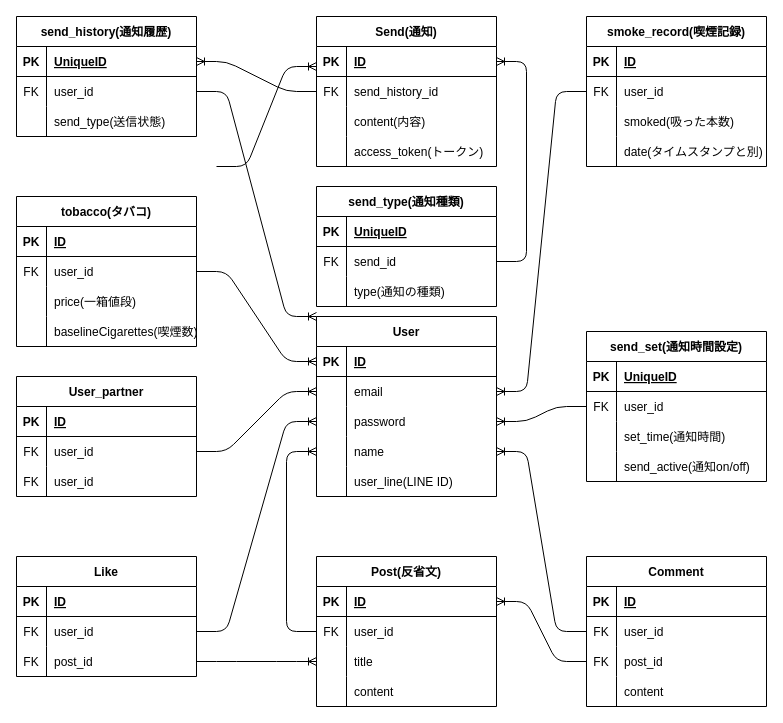
Earlier version of the draw.io diagram ER図.dio (KotaroSakai/web_app). Source tidied: cells renumbered, new cells numbered last; positions are measured from the earlier drawing's top-left corner, leaving out a move shared by most shapes. Both pictures are drawn from the tidied source at 100%, with x=0, y=0 at pixel (16, 16).
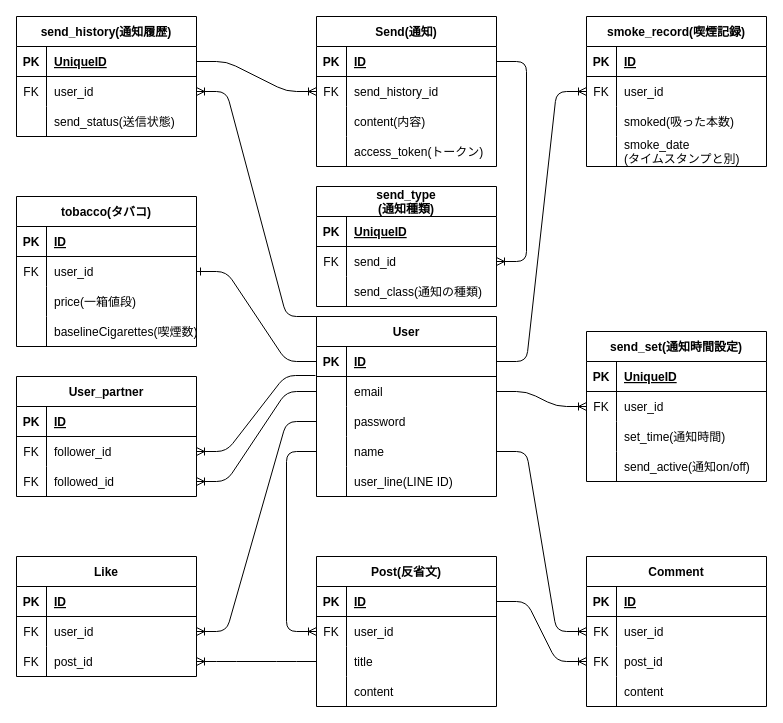
The same page after the edit.

Unchanged cells that the change refers to:
```xml
<mxCell id="2" value="User" style="shape=table;startSize=30;childLayout=tableLayout;rowLines=0;fontStyle=1;align=center;" parent="1" vertex="1">
  <mxGeometry x="300" y="300" width="180" height="180" as="geometry" />
</mxCell>
<mxCell id="3" style="shape=tableRow;horizontal=0;startSize=0;swimlaneHead=0;swimlaneBody=0;fillColor=none;points=[[0,0.5],[1,0.5]];portConstraint=eastwest;top=0;left=0;right=0;bottom=1;" parent="2" vertex="1">
  <mxGeometry y="30" width="180" height="30" as="geometry" />
</mxCell>
<mxCell id="6" style="shape=tableRow;horizontal=0;startSize=0;swimlaneHead=0;swimlaneBody=0;fillColor=none;points=[[0,0.5],[1,0.5]];portConstraint=eastwest;top=0;left=0;right=0;bottom=0;" parent="2" vertex="1">
  <mxGeometry y="60" width="180" height="30" as="geometry" />
</mxCell>
<mxCell id="9" style="shape=tableRow;horizontal=0;startSize=0;swimlaneHead=0;swimlaneBody=0;fillColor=none;points=[[0,0.5],[1,0.5]];portConstraint=eastwest;top=0;left=0;right=0;bottom=0;" parent="2" vertex="1">
  <mxGeometry y="90" width="180" height="30" as="geometry" />
</mxCell>
<mxCell id="12" style="shape=tableRow;horizontal=0;startSize=0;swimlaneHead=0;swimlaneBody=0;fillColor=none;points=[[0,0.5],[1,0.5]];portConstraint=eastwest;top=0;left=0;right=0;bottom=0;" parent="2" vertex="1">
  <mxGeometry y="120" width="180" height="30" as="geometry" />
</mxCell>
<mxCell id="22" style="shape=tableRow;horizontal=0;startSize=0;swimlaneHead=0;swimlaneBody=0;fillColor=none;points=[[0,0.5],[1,0.5]];portConstraint=eastwest;top=0;left=0;right=0;bottom=0;" parent="18" vertex="1">
  <mxGeometry y="60" width="180" height="30" as="geometry" />
</mxCell>
<mxCell id="35" style="shape=tableRow;horizontal=0;startSize=0;swimlaneHead=0;swimlaneBody=0;fillColor=none;points=[[0,0.5],[1,0.5]];portConstraint=eastwest;top=0;left=0;right=0;bottom=0;" parent="31" vertex="1">
  <mxGeometry y="60" width="180" height="30" as="geometry" />
</mxCell>
<mxCell id="41" style="shape=tableRow;horizontal=0;startSize=0;swimlaneHead=0;swimlaneBody=0;fillColor=none;top=0;left=0;right=0;bottom=0;" parent="31" vertex="1">
  <mxGeometry y="120" width="180" height="30" as="geometry" />
</mxCell>
<mxCell id="45" style="shape=tableRow;horizontal=0;startSize=0;swimlaneHead=0;swimlaneBody=0;fillColor=none;points=[[0,0.5],[1,0.5]];portConstraint=eastwest;top=0;left=0;right=0;bottom=1;" parent="44" vertex="1">
  <mxGeometry y="30" width="180" height="30" as="geometry" />
</mxCell>
<mxCell id="48" style="shape=tableRow;horizontal=0;startSize=0;swimlaneHead=0;swimlaneBody=0;fillColor=none;points=[[0,0.5],[1,0.5]];portConstraint=eastwest;top=0;left=0;right=0;bottom=0;" parent="44" vertex="1">
  <mxGeometry y="60" width="180" height="30" as="geometry" />
</mxCell>
<mxCell id="51" style="shape=tableRow;horizontal=0;startSize=0;swimlaneHead=0;swimlaneBody=0;fillColor=none;points=[[0,0.5],[1,0.5]];portConstraint=eastwest;top=0;left=0;right=0;bottom=0;" parent="44" vertex="1">
  <mxGeometry y="90" width="180" height="30" as="geometry" />
</mxCell>
<mxCell id="61" style="shape=tableRow;horizontal=0;startSize=0;swimlaneHead=0;swimlaneBody=0;fillColor=none;points=[[0,0.5],[1,0.5]];portConstraint=eastwest;top=0;left=0;right=0;bottom=0;" parent="57" vertex="1">
  <mxGeometry y="60" width="180" height="30" as="geometry" />
</mxCell>
<mxCell id="64" style="shape=tableRow;horizontal=0;startSize=0;swimlaneHead=0;swimlaneBody=0;fillColor=none;points=[[0,0.5],[1,0.5]];portConstraint=eastwest;top=0;left=0;right=0;bottom=0;" parent="57" vertex="1">
  <mxGeometry y="90" width="180" height="30" as="geometry" />
</mxCell>
<mxCell id="71" style="shape=tableRow;horizontal=0;startSize=0;swimlaneHead=0;swimlaneBody=0;fillColor=none;points=[[0,0.5],[1,0.5]];portConstraint=eastwest;top=0;left=0;right=0;bottom=0;" parent="67" vertex="1">
  <mxGeometry y="60" width="180" height="30" as="geometry" />
</mxCell>
<mxCell id="74" style="shape=tableRow;horizontal=0;startSize=0;swimlaneHead=0;swimlaneBody=0;fillColor=none;points=[[0,0.5],[1,0.5]];portConstraint=eastwest;top=0;left=0;right=0;bottom=0;" parent="67" vertex="1">
  <mxGeometry y="90" width="180" height="30" as="geometry" />
</mxCell>
<mxCell id="81" style="shape=tableRow;horizontal=0;startSize=0;swimlaneHead=0;swimlaneBody=0;fillColor=none;points=[[0,0.5],[1,0.5]];portConstraint=eastwest;top=0;left=0;right=0;bottom=1;" parent="80" vertex="1">
  <mxGeometry y="30" width="180" height="30" as="geometry" />
</mxCell>
<mxCell id="84" style="shape=tableRow;horizontal=0;startSize=0;swimlaneHead=0;swimlaneBody=0;fillColor=none;points=[[0,0.5],[1,0.5]];portConstraint=eastwest;top=0;left=0;right=0;bottom=0;" parent="80" vertex="1">
  <mxGeometry y="60" width="180" height="30" as="geometry" />
</mxCell>
<mxCell id="104" style="shape=tableRow;horizontal=0;startSize=0;swimlaneHead=0;swimlaneBody=0;fillColor=none;points=[[0,0.5],[1,0.5]];portConstraint=eastwest;top=0;left=0;right=0;bottom=0;" parent="100" vertex="1">
  <mxGeometry y="60" width="180" height="30" as="geometry" />
</mxCell>
<mxCell id="107" style="shape=tableRow;horizontal=0;startSize=0;swimlaneHead=0;swimlaneBody=0;fillColor=none;points=[[0,0.5],[1,0.5]];portConstraint=eastwest;top=0;left=0;right=0;bottom=0;" parent="100" vertex="1">
  <mxGeometry y="90" width="180" height="30" as="geometry" />
</mxCell>
<mxCell id="115" style="shape=tableRow;horizontal=0;startSize=0;swimlaneHead=0;swimlaneBody=0;fillColor=none;points=[[0,0.5],[1,0.5]];portConstraint=eastwest;top=0;left=0;right=0;bottom=0;" parent="111" vertex="1">
  <mxGeometry y="60" width="180" height="30" as="geometry" />
</mxCell>
<mxCell id="126" style="shape=tableRow;horizontal=0;startSize=0;swimlaneHead=0;swimlaneBody=0;fillColor=none;points=[[0,0.5],[1,0.5]];portConstraint=eastwest;top=0;left=0;right=0;bottom=1;" parent="125" vertex="1">
  <mxGeometry y="30" width="180" height="30" as="geometry" />
</mxCell>
<mxCell id="129" style="shape=tableRow;horizontal=0;startSize=0;swimlaneHead=0;swimlaneBody=0;fillColor=none;points=[[0,0.5],[1,0.5]];portConstraint=eastwest;top=0;left=0;right=0;bottom=0;" parent="125" vertex="1">
  <mxGeometry y="60" width="180" height="30" as="geometry" />
</mxCell>
<mxCell id="132" style="shape=tableRow;horizontal=0;startSize=0;swimlaneHead=0;swimlaneBody=0;fillColor=none;top=0;left=0;right=0;bottom=0;" parent="125" vertex="1">
  <mxGeometry y="90" width="180" height="30" as="geometry" />
</mxCell>
<mxCell id="142" style="shape=tableRow;horizontal=0;startSize=0;swimlaneHead=0;swimlaneBody=0;fillColor=none;points=[[0,0.5],[1,0.5]];portConstraint=eastwest;top=0;left=0;right=0;bottom=0;" parent="138" vertex="1">
  <mxGeometry y="60" width="180" height="30" as="geometry" />
</mxCell>
<mxCell id="145" style="shape=tableRow;horizontal=0;startSize=0;swimlaneHead=0;swimlaneBody=0;fillColor=none;top=0;left=0;right=0;bottom=0;" parent="138" vertex="1">
  <mxGeometry y="90" width="180" height="30" as="geometry" />
</mxCell>
```

The edit, as a diff of the source:
```diff
@@
-    <mxCell id="43" value="date(タイムスタンプと別)" style="shape=partialRectangle;fillColor=none;top=0;left=0;bottom=0;right=0;align=left;spacingLeft=6;overflow=hidden;" parent="41" vertex="1">
+    <mxCell id="43" value="smoke_date&#10;(タイムスタンプと別)" style="shape=partialRectangle;fillColor=none;top=0;left=0;bottom=0;right=0;align=left;spacingLeft=6;overflow=hidden;" parent="41" vertex="1">
       <mxGeometry x="30" width="150" height="30" as="geometry" />
     </mxCell>
@@
-    <mxCell id="93" style="edgeStyle=entityRelationEdgeStyle;fontSize=12;html=1;endArrow=ERoneToMany;exitX=1;exitY=0.5;exitDx=0;exitDy=0;entryX=0;entryY=0.5;entryDx=0;entryDy=0;" parent="1" edge="1" source="22" target="3">
-      <mxGeometry relative="1" as="geometry" />
-    </mxCell>
-    <mxCell id="94" style="edgeStyle=entityRelationEdgeStyle;fontSize=12;html=1;endArrow=ERoneToMany;entryX=1;entryY=0.5;entryDx=0;entryDy=0;exitX=0;exitY=0.5;exitDx=0;exitDy=0;" parent="1" edge="1" source="35" target="6">
+    <mxCell id="94" style="edgeStyle=entityRelationEdgeStyle;fontSize=12;html=1;endArrow=ERoneToMany;exitX=1;exitY=0.5;exitDx=0;exitDy=0;entryX=0;entryY=0.5;entryDx=0;entryDy=0;" parent="1" edge="1" source="3" target="35">
       <mxGeometry relative="1" as="geometry" />
     </mxCell>
-    <mxCell id="95" style="edgeStyle=entityRelationEdgeStyle;fontSize=12;html=1;endArrow=ERoneToMany;entryX=1;entryY=0.5;entryDx=0;entryDy=0;exitX=0;exitY=0.5;exitDx=0;exitDy=0;" parent="1" edge="1" source="71" target="12">
+    <mxCell id="95" style="edgeStyle=entityRelationEdgeStyle;fontSize=12;html=1;endArrow=ERoneToMany;entryX=0;entryY=0.5;entryDx=0;entryDy=0;exitX=1;exitY=0.5;exitDx=0;exitDy=0;" parent="1" edge="1" source="12" target="71">
       <mxGeometry relative="1" as="geometry" />
     </mxCell>
-    <mxCell id="96" style="edgeStyle=entityRelationEdgeStyle;fontSize=12;html=1;endArrow=ERoneToMany;entryX=0;entryY=0.5;entryDx=0;entryDy=0;exitX=1;exitY=0.5;exitDx=0;exitDy=0;" parent="1" edge="1" source="61" target="9">
+    <mxCell id="96" style="edgeStyle=entityRelationEdgeStyle;fontSize=12;html=1;endArrow=ERoneToMany;exitX=0;exitY=0.5;exitDx=0;exitDy=0;entryX=1;entryY=0.5;entryDx=0;entryDy=0;" parent="1" edge="1" source="9" target="61">
       <mxGeometry relative="1" as="geometry" />
     </mxCell>
-    <mxCell id="97" style="edgeStyle=orthogonalEdgeStyle;fontSize=12;html=1;endArrow=ERoneToMany;entryX=0;entryY=0.5;entryDx=0;entryDy=0;" parent="1" edge="1" target="12">
-      <mxGeometry relative="1" as="geometry">
-        <mxPoint x="300" y="615" as="sourcePoint" />
-        <Array as="points">
-          <mxPoint x="270" y="615" />
-          <mxPoint x="270" y="435" />
-        </Array>
-      </mxGeometry>
-    </mxCell>
-    <mxCell id="98" style="edgeStyle=entityRelationEdgeStyle;fontSize=12;html=1;endArrow=ERoneToMany;entryX=1;entryY=0.5;entryDx=0;entryDy=0;exitX=0;exitY=0.5;exitDx=0;exitDy=0;" parent="1" edge="1" source="74" target="45">
+    <mxCell id="98" style="edgeStyle=entityRelationEdgeStyle;fontSize=12;html=1;endArrow=ERoneToMany;exitX=1;exitY=0.5;exitDx=0;exitDy=0;entryX=0;entryY=0.5;entryDx=0;entryDy=0;" parent="1" edge="1" source="45" target="74">
       <mxGeometry relative="1" as="geometry" />
     </mxCell>
-    <mxCell id="99" style="edgeStyle=entityRelationEdgeStyle;fontSize=12;html=1;endArrow=ERoneToMany;entryX=0;entryY=0.5;entryDx=0;entryDy=0;exitX=1;exitY=0.5;exitDx=0;exitDy=0;" parent="1" edge="1" source="64" target="51">
+    <mxCell id="99" style="edgeStyle=entityRelationEdgeStyle;fontSize=12;html=1;endArrow=ERoneToMany;exitX=0;exitY=0.5;exitDx=0;exitDy=0;entryX=1;entryY=0.5;entryDx=0;entryDy=0;" parent="1" edge="1" source="51" target="64">
       <mxGeometry relative="1" as="geometry" />
     </mxCell>
@@
-    <mxCell id="106" value="user_id" style="shape=partialRectangle;fillColor=none;top=0;left=0;bottom=0;right=0;align=left;spacingLeft=6;overflow=hidden;" parent="104" vertex="1">
+    <mxCell id="106" value="follower_id" style="shape=partialRectangle;fillColor=none;top=0;left=0;bottom=0;right=0;align=left;spacingLeft=6;overflow=hidden;" parent="104" vertex="1">
       <mxGeometry x="30" width="150" height="30" as="geometry" />
     </mxCell>
@@
-    <mxCell id="109" value="user_id" style="shape=partialRectangle;fillColor=none;top=0;left=0;bottom=0;right=0;align=left;spacingLeft=6;overflow=hidden;" parent="107" vertex="1">
+    <mxCell id="109" value="followed_id" style="shape=partialRectangle;fillColor=none;top=0;left=0;bottom=0;right=0;align=left;spacingLeft=6;overflow=hidden;" parent="107" vertex="1">
       <mxGeometry x="30" width="150" height="30" as="geometry" />
     </mxCell>
-    <mxCell id="110" style="edgeStyle=entityRelationEdgeStyle;fontSize=12;html=1;endArrow=ERoneToMany;exitX=1;exitY=0.5;exitDx=0;exitDy=0;entryX=0;entryY=0.5;entryDx=0;entryDy=0;" parent="1" edge="1" source="104" target="6">
+    <mxCell id="110" style="edgeStyle=entityRelationEdgeStyle;fontSize=12;html=1;endArrow=ERoneToMany;exitX=-0.006;exitY=0.967;exitDx=0;exitDy=0;entryX=1;entryY=0.5;entryDx=0;entryDy=0;exitPerimeter=0;" parent="1" edge="1" source="3" target="104">
       <mxGeometry relative="1" as="geometry" />
     </mxCell>
@@
-    <mxCell id="124" style="edgeStyle=entityRelationEdgeStyle;fontSize=12;html=1;endArrow=ERoneToMany;entryX=1;entryY=0.5;entryDx=0;entryDy=0;exitX=0;exitY=0.5;exitDx=0;exitDy=0;" parent="1" edge="1" source="115" target="9">
+    <mxCell id="124" style="edgeStyle=entityRelationEdgeStyle;fontSize=12;html=1;endArrow=ERoneToMany;entryX=0;entryY=0.5;entryDx=0;entryDy=0;exitX=1;exitY=0.5;exitDx=0;exitDy=0;" parent="1" edge="1" source="6" target="115">
       <mxGeometry relative="1" as="geometry" />
     </mxCell>
@@
-    <mxCell id="134" value="send_type(送信状態)" style="shape=partialRectangle;fillColor=none;top=0;left=0;bottom=0;right=0;align=left;spacingLeft=6;overflow=hidden;" parent="132" vertex="1">
+    <mxCell id="134" value="send_status(送信状態)" style="shape=partialRectangle;fillColor=none;top=0;left=0;bottom=0;right=0;align=left;spacingLeft=6;overflow=hidden;" parent="132" vertex="1">
       <mxGeometry x="30" width="150" height="30" as="geometry" />
     </mxCell>
-    <mxCell id="135" style="edgeStyle=entityRelationEdgeStyle;fontSize=12;html=1;endArrow=ERoneToMany;exitX=1;exitY=0.5;exitDx=0;exitDy=0;" parent="1" edge="1">
-      <mxGeometry relative="1" as="geometry">
-        <mxPoint x="200" y="150" as="sourcePoint" />
-        <mxPoint x="300" y="50" as="targetPoint" />
-      </mxGeometry>
-    </mxCell>
-    <mxCell id="136" style="edgeStyle=entityRelationEdgeStyle;fontSize=12;html=1;endArrow=ERoneToMany;exitX=1;exitY=0.5;exitDx=0;exitDy=0;entryX=0;entryY=0;entryDx=0;entryDy=0;" parent="1" edge="1" source="129" target="2">
+    <mxCell id="136" style="edgeStyle=entityRelationEdgeStyle;fontSize=12;html=1;endArrow=ERoneToMany;exitX=0;exitY=0;exitDx=0;exitDy=0;entryX=1;entryY=0.5;entryDx=0;entryDy=0;" parent="1" edge="1" source="2" target="129">
       <mxGeometry relative="1" as="geometry" />
     </mxCell>
-    <mxCell id="137" style="edgeStyle=entityRelationEdgeStyle;fontSize=12;html=1;endArrow=ERoneToMany;entryX=1;entryY=0.5;entryDx=0;entryDy=0;exitX=0;exitY=0.5;exitDx=0;exitDy=0;" parent="1" edge="1" source="84" target="126">
+    <mxCell id="137" style="edgeStyle=entityRelationEdgeStyle;fontSize=12;html=1;endArrow=ERoneToMany;exitX=1;exitY=0.5;exitDx=0;exitDy=0;entryX=0;entryY=0.5;entryDx=0;entryDy=0;" parent="1" edge="1" source="126" target="84">
       <mxGeometry relative="1" as="geometry" />
     </mxCell>
-    <mxCell id="138" value="send_type(通知種類)" style="shape=table;startSize=30;childLayout=tableLayout;rowLines=0;fontStyle=1;align=center;" parent="1" vertex="1">
+    <mxCell id="138" value="send_type&#10;(通知種類)" style="shape=table;startSize=30;childLayout=tableLayout;rowLines=0;fontStyle=1;align=center;" parent="1" vertex="1">
       <mxGeometry x="300" y="170" width="180" height="120" as="geometry" />
     </mxCell>
@@
-    <mxCell id="147" value="type(通知の種類)" style="shape=partialRectangle;fillColor=none;top=0;left=0;bottom=0;right=0;align=left;spacingLeft=6;overflow=hidden;" parent="145" vertex="1">
+    <mxCell id="147" value="send_class(通知の種類)" style="shape=partialRectangle;fillColor=none;top=0;left=0;bottom=0;right=0;align=left;spacingLeft=6;overflow=hidden;" parent="145" vertex="1">
       <mxGeometry x="30" width="150" height="30" as="geometry" />
     </mxCell>
-    <mxCell id="148" style="edgeStyle=entityRelationEdgeStyle;fontSize=12;html=1;endArrow=ERoneToMany;entryX=1;entryY=0.5;entryDx=0;entryDy=0;exitX=1;exitY=0.5;exitDx=0;exitDy=0;" parent="1" edge="1" source="142" target="81">
+    <mxCell id="148" style="edgeStyle=entityRelationEdgeStyle;fontSize=12;html=1;endArrow=ERoneToMany;entryX=1;entryY=0.5;entryDx=0;entryDy=0;exitX=1;exitY=0.5;exitDx=0;exitDy=0;" parent="1" edge="1" source="81" target="142">
       <mxGeometry relative="1" as="geometry" />
     </mxCell>
+    <mxCell id="149" style="edgeStyle=entityRelationEdgeStyle;fontSize=12;html=1;endArrow=ERone;endFill=1;exitX=0;exitY=0.5;exitDx=0;exitDy=0;entryX=1;entryY=0.5;entryDx=0;entryDy=0;" parent="1" edge="1" source="3" target="22">
+      <mxGeometry relative="1" as="geometry" />
+    </mxCell>
+    <mxCell id="150" style="edgeStyle=orthogonalEdgeStyle;fontSize=12;html=1;endArrow=ERoneToMany;entryX=0;entryY=0.5;entryDx=0;entryDy=0;exitX=0;exitY=0.5;exitDx=0;exitDy=0;" parent="1" edge="1" source="12" target="48">
+      <mxGeometry relative="1" as="geometry">
+        <Array as="points">
+          <mxPoint x="270" y="435" />
+          <mxPoint x="270" y="615" />
+        </Array>
+      </mxGeometry>
+    </mxCell>
+    <mxCell id="151" style="edgeStyle=entityRelationEdgeStyle;fontSize=12;html=1;endArrow=ERoneToMany;exitX=0;exitY=0.5;exitDx=0;exitDy=0;entryX=1;entryY=0.5;entryDx=0;entryDy=0;" parent="1" edge="1" source="6" target="107">
+      <mxGeometry relative="1" as="geometry" />
+    </mxCell>
```
